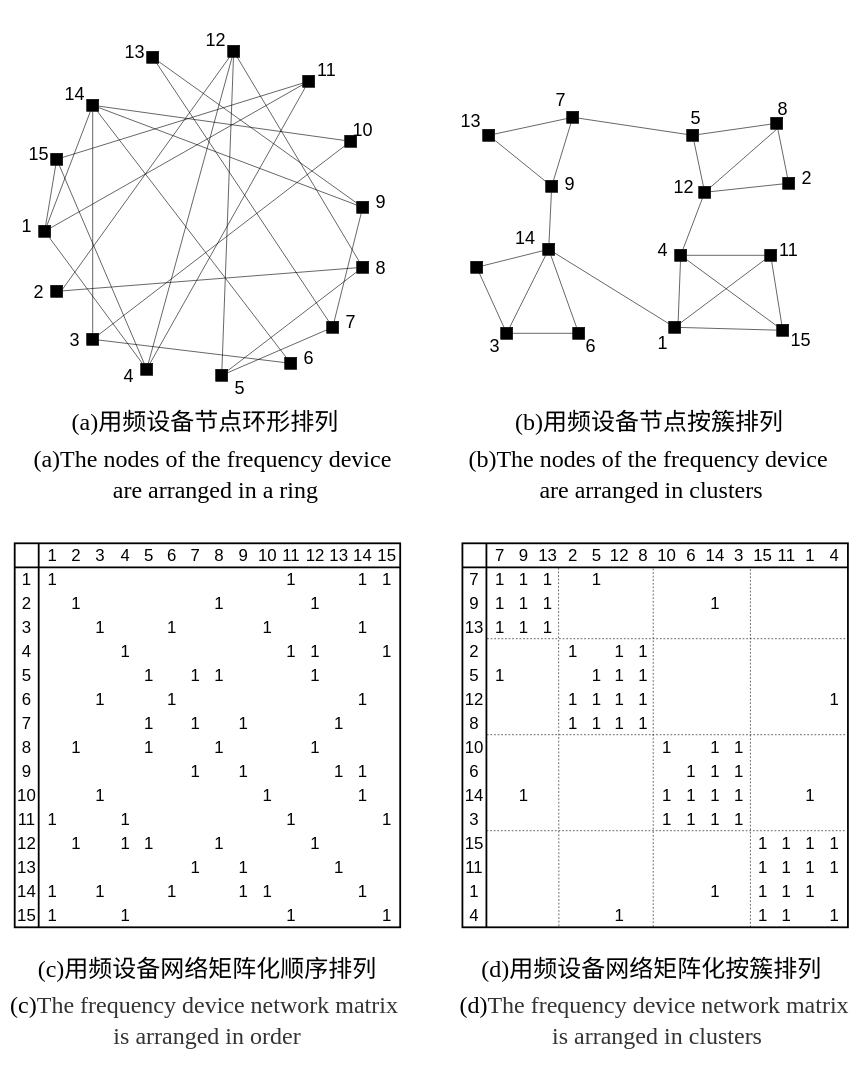
Before: Untitled Diagram.drawio in liuming14/-, a draw.io diagram. Source tidied: cells renumbered, new cells numbered last; positions are measured from the earlier drawing's top-left corner, leaving out a move shared by most shapes. Both pictures are drawn from the tidied source at 60%, with x=0, y=0 at pixel (14, 33).
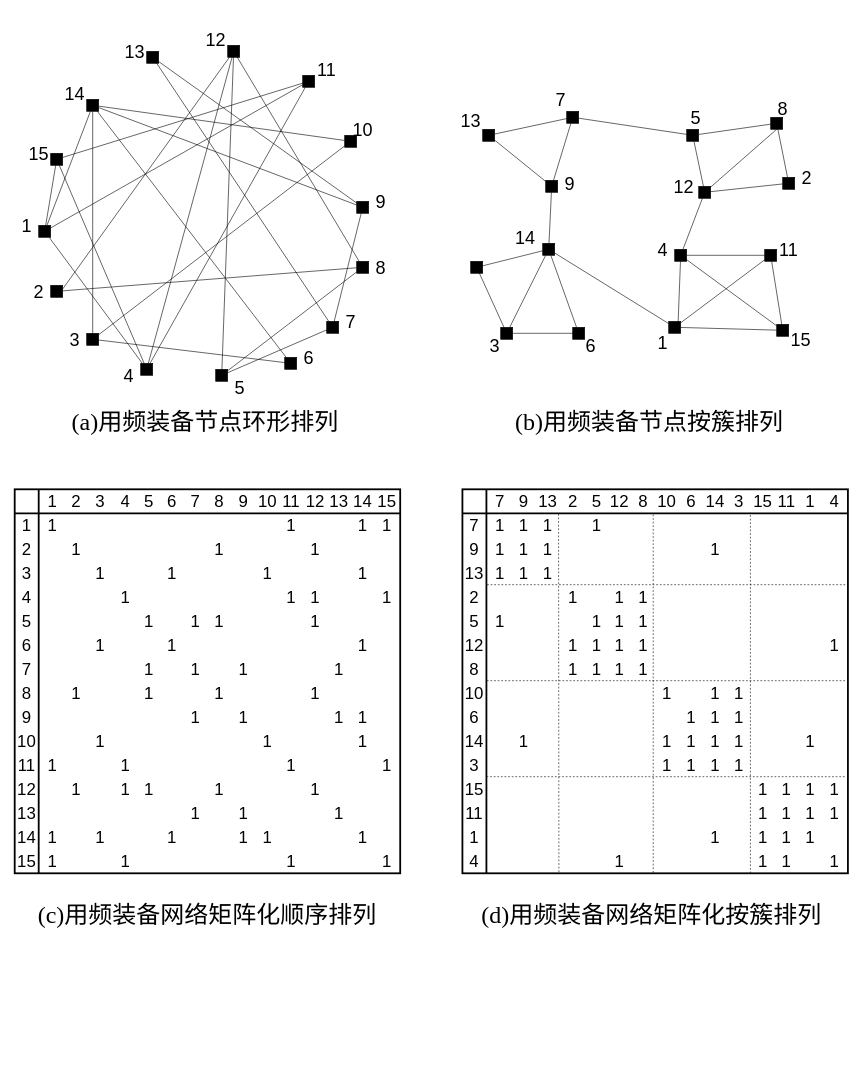
Above is the later version.

Change to the diagram source:
```diff
@@
-    <mxCell id="124" value="&lt;div style=&quot;font-size: 40px&quot; align=&quot;center&quot;&gt;&lt;pre&gt;&lt;font style=&quot;font-size: 40px&quot;&gt;&lt;font face=&quot;Times New Roman&quot;&gt;(b)&lt;/font&gt;用频设备节点按簇排列&lt;/font&gt;&lt;/pre&gt;&lt;/div&gt;" style="text;html=1;strokeColor=none;fillColor=none;align=center;verticalAlign=middle;whiteSpace=wrap;rounded=0;fontSize=12;" parent="1" vertex="1">
+    <mxCell id="124" value="&lt;div style=&quot;font-size: 40px&quot; align=&quot;center&quot;&gt;&lt;pre&gt;&lt;font style=&quot;font-size: 40px&quot;&gt;&lt;font face=&quot;Times New Roman&quot;&gt;(b)&lt;/font&gt;用频装备节点按簇排列&lt;/font&gt;&lt;/pre&gt;&lt;/div&gt;" style="text;html=1;strokeColor=none;fillColor=none;align=center;verticalAlign=middle;whiteSpace=wrap;rounded=0;fontSize=12;" parent="1" vertex="1">
       <mxGeometry x="940" y="640" width="235" height="20" as="geometry" />
     </mxCell>
-    <mxCell id="125" value="&lt;pre style=&quot;font-size: 40px&quot;&gt;&lt;font style=&quot;font-size: 40px&quot;&gt;&lt;font face=&quot;Times New Roman&quot;&gt;(a)&lt;/font&gt;用频设备节点环形排列&lt;/font&gt;&lt;/pre&gt;" style="text;html=1;strokeColor=none;fillColor=none;align=center;verticalAlign=middle;whiteSpace=wrap;rounded=0;fontSize=12;" parent="1" vertex="1">
+    <mxCell id="125" value="&lt;pre style=&quot;font-size: 40px&quot;&gt;&lt;font style=&quot;font-size: 40px&quot;&gt;&lt;font face=&quot;Times New Roman&quot;&gt;(a)&lt;/font&gt;用频装备节点环形排列&lt;/font&gt;&lt;/pre&gt;" style="text;html=1;strokeColor=none;fillColor=none;align=center;verticalAlign=middle;whiteSpace=wrap;rounded=0;fontSize=12;" parent="1" vertex="1">
       <mxGeometry x="200" y="640" width="235" height="20" as="geometry" />
     </mxCell>
     <mxCell id="126" style="group;" parent="1" vertex="1">
-      <mxGeometry y="850" width="642.5" height="640" as="geometry" />
+      <mxGeometry y="760" width="642.5" height="640" as="geometry" />
     </mxCell>
@@
     <mxCell id="416" style="group;" parent="1" vertex="1">
-      <mxGeometry x="746.2" y="850" width="642.5" height="640" as="geometry" />
+      <mxGeometry x="746.2" y="760" width="642.5" height="640" as="geometry" />
     </mxCell>
@@
-    <mxCell id="712" value="&lt;pre style=&quot;font-size: 40px&quot;&gt;&lt;font style=&quot;font-size: 40px&quot;&gt;&lt;font face=&quot;Times New Roman&quot;&gt;(d)&lt;/font&gt;用频设备网络矩阵化按簇排列&lt;/font&gt;&lt;/pre&gt;" style="text;whiteSpace=wrap;html=1;fontSize=28;fontFamily=Helvetica;fontColor=none;" parent="1" vertex="1">
-      <mxGeometry x="776.2" y="1490" width="430" height="120" as="geometry" />
+    <mxCell id="712" value="&lt;pre style=&quot;font-size: 40px&quot;&gt;&lt;font style=&quot;font-size: 40px&quot;&gt;&lt;font face=&quot;Times New Roman&quot;&gt;(d)&lt;/font&gt;用频装备网络矩阵化按簇排列&lt;/font&gt;&lt;/pre&gt;" style="text;whiteSpace=wrap;html=1;fontSize=28;fontFamily=Helvetica;fontColor=none;" parent="1" vertex="1">
+      <mxGeometry x="776.2" y="1400" width="430" height="120" as="geometry" />
     </mxCell>
-    <mxCell id="713" value="&lt;pre style=&quot;font-size: 40px&quot;&gt;&lt;font style=&quot;font-size: 40px&quot;&gt;&lt;font face=&quot;Times New Roman&quot;&gt;(c)&lt;/font&gt;用频设备网络矩阵化顺序排列&lt;/font&gt;&lt;/pre&gt;" style="text;whiteSpace=wrap;html=1;fontSize=28;fontFamily=Helvetica;fontColor=none;align=center;" parent="1" vertex="1">
-      <mxGeometry x="106.2" y="1490" width="430" height="120" as="geometry" />
+    <mxCell id="713" value="&lt;pre style=&quot;font-size: 40px&quot;&gt;&lt;font style=&quot;font-size: 40px&quot;&gt;&lt;font face=&quot;Times New Roman&quot;&gt;(c)&lt;/font&gt;用频装备网络矩阵化顺序排列&lt;/font&gt;&lt;/pre&gt;" style="text;whiteSpace=wrap;html=1;fontSize=28;fontFamily=Helvetica;fontColor=none;align=center;" parent="1" vertex="1">
+      <mxGeometry x="106.2" y="1400" width="430" height="120" as="geometry" />
     </mxCell>
-    <mxCell id="714" value="&lt;div align=&quot;center&quot;&gt;&lt;pre style=&quot;font-size: 40px&quot;&gt;&lt;font style=&quot;font-size: 40px&quot; face=&quot;Times New Roman&quot;&gt;(a)&lt;/font&gt;&lt;font face=&quot;Times New Roman&quot;&gt;The nodes of the frequency device &lt;br&gt;are arranged in a ring&lt;/font&gt;&lt;/pre&gt;&lt;/div&gt;" style="text;whiteSpace=wrap;html=1;align=center;" parent="1" vertex="1">
-      <mxGeometry x="30" y="640" width="610" height="220" as="geometry" />
-    </mxCell>
-    <mxCell id="715" value="&lt;div style=&quot;font-size: 40px&quot; align=&quot;center&quot;&gt;&lt;pre style=&quot;font-size: 40px&quot;&gt;&lt;span style=&quot;background-color: rgb(255 , 255 , 255)&quot;&gt;&lt;font style=&quot;font-size: 40px&quot; face=&quot;Times New Roman&quot;&gt;(b)&lt;/font&gt;&lt;font style=&quot;font-size: 40px&quot; face=&quot;Times New Roman&quot;&gt;The nodes of the frequency device &lt;br&gt;are arranged &lt;span style=&quot;font-style: normal ; font-variant: normal ; font-weight: normal ; letter-spacing: normal ; line-height: 26px ; text-align: justify ; text-indent: 0px ; text-transform: none ; word-spacing: 0px ; display: inline ; float: none&quot;&gt;in clusters&lt;/span&gt;&lt;/font&gt;&lt;/span&gt;&lt;/pre&gt;&lt;/div&gt;" style="text;whiteSpace=wrap;html=1;align=center;" parent="1" vertex="1">
-      <mxGeometry x="756.2" y="640" width="610" height="220" as="geometry" />
-    </mxCell>
-    <mxCell id="716" value="&lt;div style=&quot;font-size: 40px&quot; align=&quot;center&quot;&gt;&lt;pre style=&quot;font-size: 40px&quot;&gt;&lt;span style=&quot;background-color: rgb(255 , 255 , 255)&quot;&gt;&lt;font style=&quot;font-size: 40px&quot; face=&quot;Times New Roman&quot;&gt;(c)&lt;/font&gt;&lt;font style=&quot;font-size: 40px&quot; face=&quot;Times New Roman&quot;&gt;&lt;span style=&quot;color: rgb(51 , 51 , 51) ; font-style: normal ; font-variant: normal ; font-weight: normal ; letter-spacing: normal ; line-height: 26px ; text-align: justify ; text-indent: 0px ; text-transform: none ; word-spacing: 0px ; display: inline ; float: none&quot;&gt;The frequency device network matrix &lt;br&gt;is arranged in order&lt;/span&gt;&lt;br&gt;&lt;/font&gt;&lt;/span&gt;&lt;/pre&gt;&lt;/div&gt;" style="text;whiteSpace=wrap;html=1;align=center;" parent="1" vertex="1">
-      <mxGeometry x="16.2" y="1550" width="610" height="140" as="geometry" />
-    </mxCell>
-    <mxCell id="717" value="&lt;div style=&quot;font-size: 40px&quot; align=&quot;center&quot;&gt;&lt;pre style=&quot;font-size: 40px&quot;&gt;&lt;span style=&quot;background-color: rgb(255 , 255 , 255)&quot;&gt;&lt;font style=&quot;font-size: 40px&quot; face=&quot;Times New Roman&quot;&gt;(d)&lt;/font&gt;&lt;font style=&quot;font-size: 40px&quot; face=&quot;Times New Roman&quot;&gt;&lt;span style=&quot;color: rgb(51 , 51 , 51) ; font-style: normal ; font-variant: normal ; font-weight: normal ; letter-spacing: normal ; line-height: 26px ; text-align: justify ; text-indent: 0px ; text-transform: none ; word-spacing: 0px ; display: inline ; float: none&quot;&gt;The frequency device network matrix &lt;br&gt;is arranged in clusters&lt;/span&gt;&lt;br&gt;&lt;/font&gt;&lt;/span&gt;&lt;/pre&gt;&lt;/div&gt;" style="text;whiteSpace=wrap;html=1;align=center;" parent="1" vertex="1">
-      <mxGeometry x="766.2" y="1550" width="610" height="130" as="geometry" />
-    </mxCell>
```
